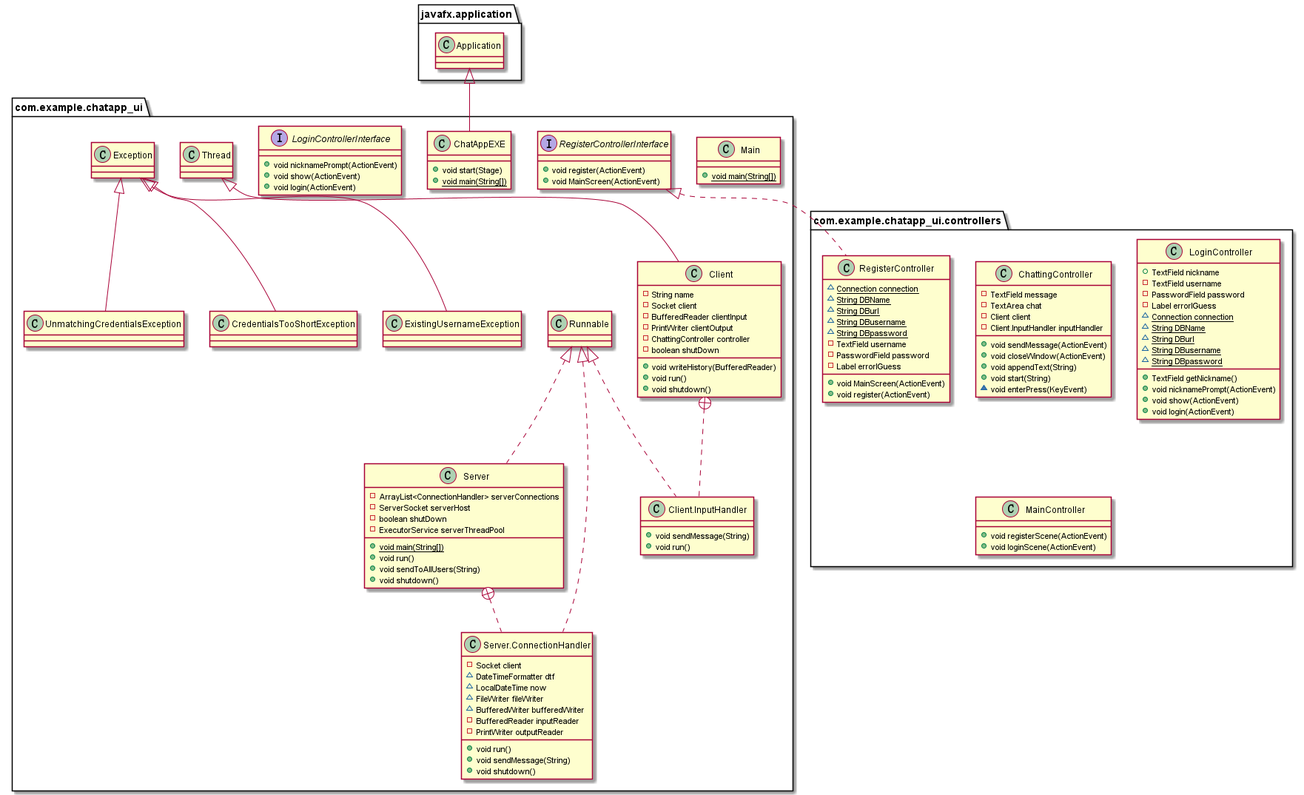
This is UML.png from Zedpaixd/Java-Chat-App, a PlantUML export, as it was before one commit.
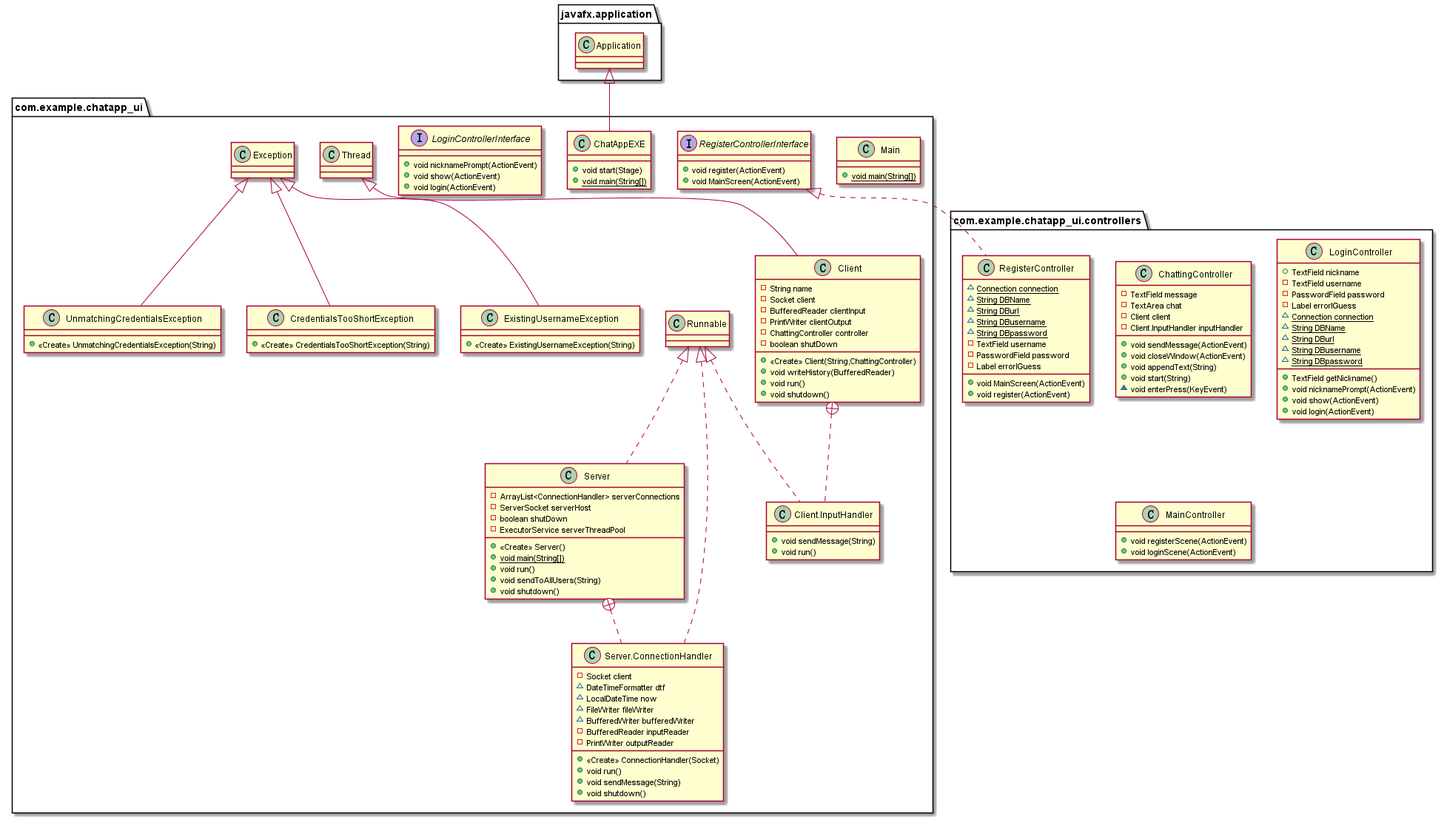
Later version of the same file.

Diff of the diagram source:
```diff
@@ -18,6 +18,7 @@
 - PrintWriter clientOutput
 - ChattingController controller
 - boolean shutDown
++ <<Create>> Client(String,ChattingController)
 + void writeHistory(BufferedReader)
 + void run()
 + void shutdown()
@@ -34,6 +35,7 @@
 - ServerSocket serverHost
 - boolean shutDown
 - ExecutorService serverThreadPool
++ <<Create>> Server()
 + {static} void main(String[])
 + void run()
 + void sendToAllUsers(String)
@@ -47,6 +49,7 @@
 ~ BufferedWriter bufferedWriter
 - BufferedReader inputReader
 - PrintWriter outputReader
++ <<Create>> ConnectionHandler(Socket)
 + void run()
 + void sendMessage(String)
 + void shutdown()
@@ -56,6 +59,7 @@
 + void MainScreen(ActionEvent)
 }
 class com.example.chatapp_ui.CredentialsTooShortException {
++ <<Create>> CredentialsTooShortException(String)
 }
 class com.example.chatapp_ui.controllers.ChattingController {
 - TextField message
@@ -97,8 +101,10 @@
 + void login(ActionEvent)
 }
 class com.example.chatapp_ui.ExistingUsernameException {
++ <<Create>> ExistingUsernameException(String)
 }
 class com.example.chatapp_ui.UnmatchingCredentialsException {
++ <<Create>> UnmatchingCredentialsException(String)
 }
 
 
```
